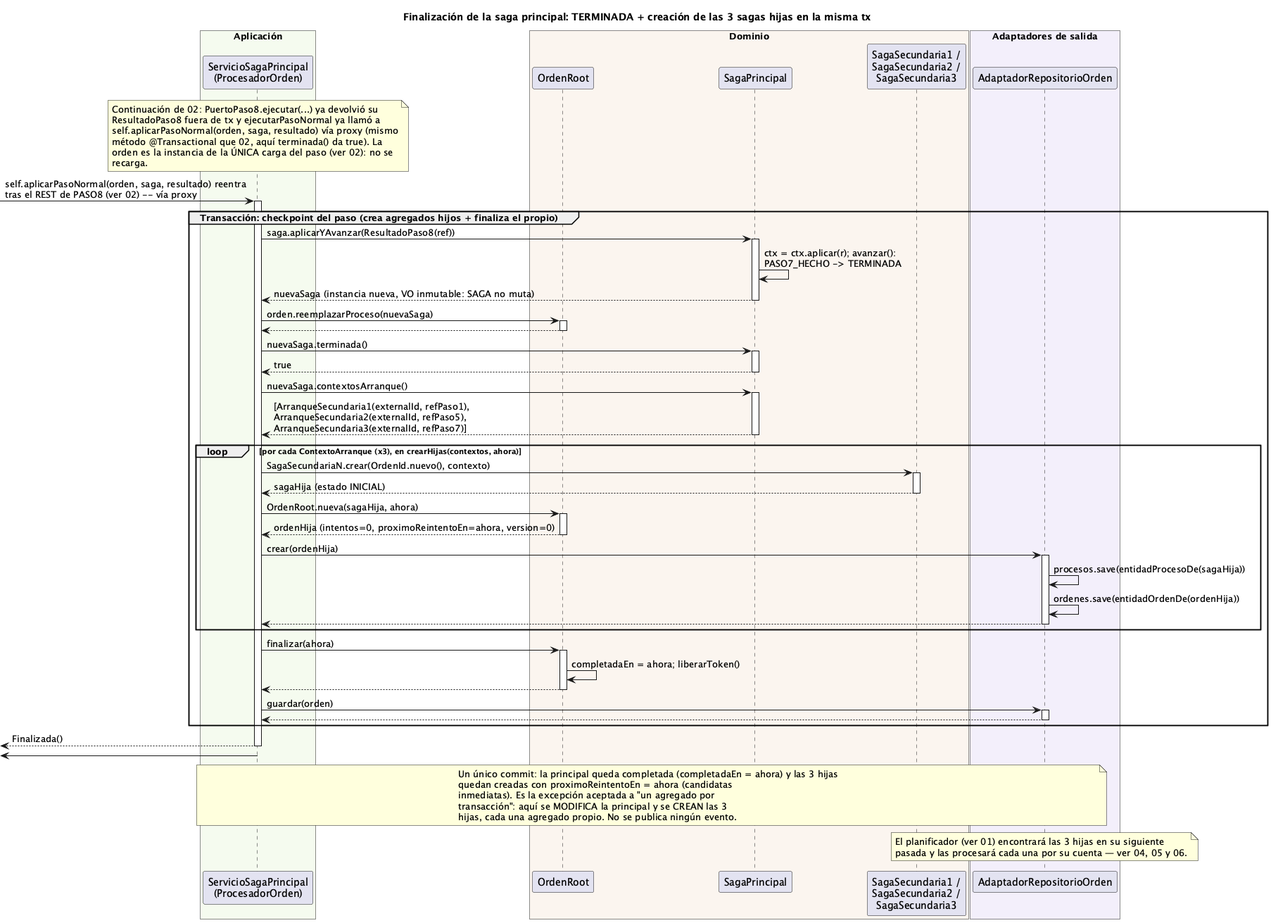
The PlantUML diagram order-manager/docs/03-finalizacion-saga-principal.png in ralcazar/patrones, before a commit.
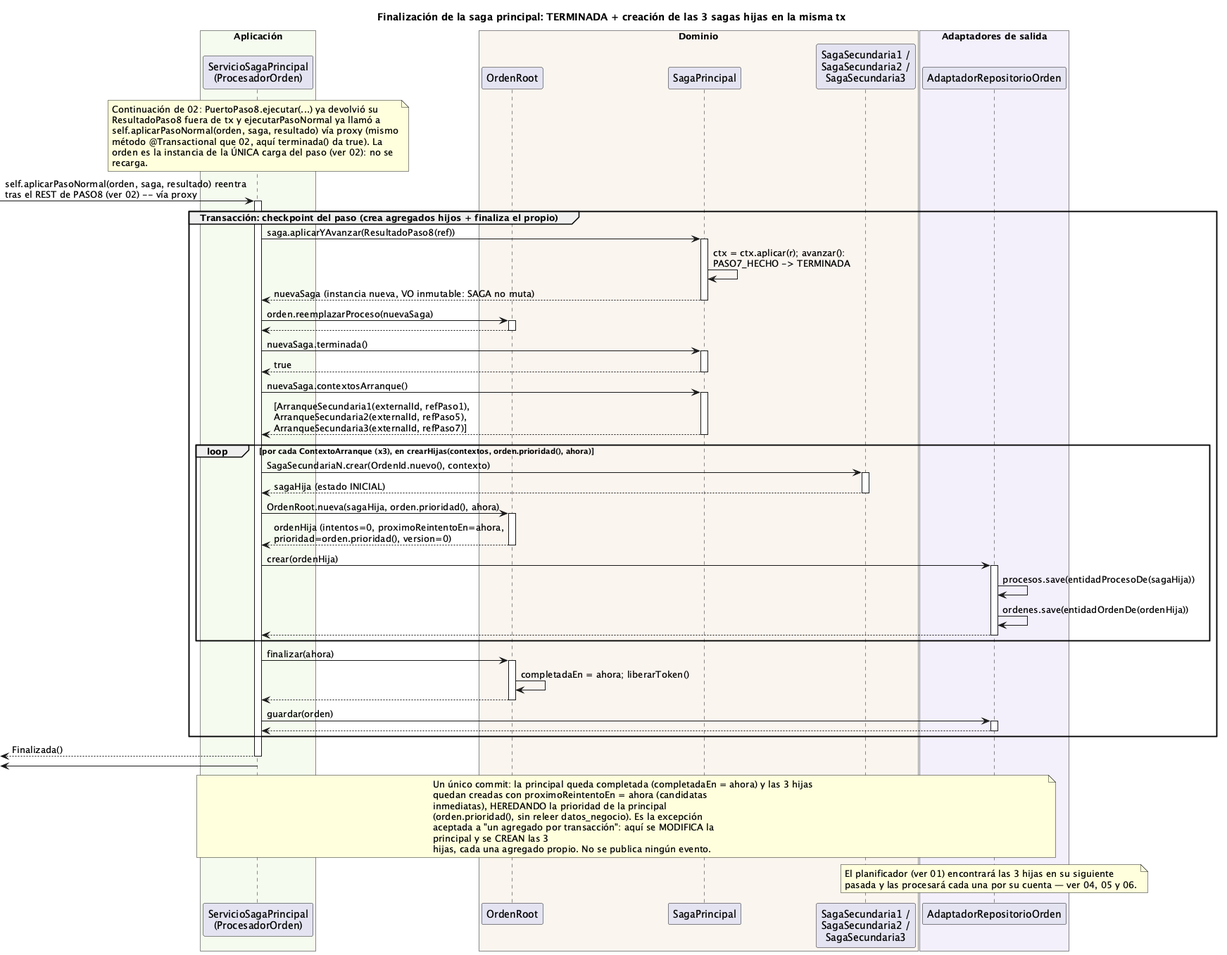
Above is the later version.

What changed in the source:
```diff
@@ -37,11 +37,11 @@
   ORQ -> SAGA ++ : nuevaSaga.contextosArranque()
   return [ArranqueSecundaria1(externalId, refPaso1),\nArranqueSecundaria2(externalId, refPaso5),\nArranqueSecundaria3(externalId, refPaso7)]
 
-  loop por cada ContextoArranque (x3), en crearHijas(contextos, ahora)
+  loop por cada ContextoArranque (x3), en crearHijas(contextos, orden.prioridad(), ahora)
     ORQ -> HIJAS ++ : SagaSecundariaN.crear(OrdenId.nuevo(), contexto)
     return sagaHija (estado INICIAL)
-    ORQ -> ORDEN ++ : OrdenRoot.nueva(sagaHija, ahora)
-    return ordenHija (intentos=0, proximoReintentoEn=ahora, version=0)
+    ORQ -> ORDEN ++ : OrdenRoot.nueva(sagaHija, orden.prioridad(), ahora)
+    return ordenHija (intentos=0, proximoReintentoEn=ahora,\nprioridad=orden.prioridad(), version=0)
     ORQ -> REPO ++ : crear(ordenHija)
     REPO -> REPO : procesos.save(entidadProcesoDe(sagaHija))
     REPO -> REPO : ordenes.save(entidadOrdenDe(ordenHija))
@@ -61,8 +61,10 @@
 note over ORQ, REPO
   Un único commit: la principal queda completada (completadaEn = ahora) y las 3 hijas
   quedan creadas con proximoReintentoEn = ahora (candidatas
-  inmediatas). Es la excepción aceptada a "un agregado por
-  transacción": aquí se MODIFICA la principal y se CREAN las 3
+  inmediatas), HEREDANDO la prioridad de la principal
+  (orden.prioridad(), sin releer datos_negocio). Es la excepción
+  aceptada a "un agregado por transacción": aquí se MODIFICA la
+  principal y se CREAN las 3
   hijas, cada una agregado propio. No se publica ningún evento.
 end note
 
```
